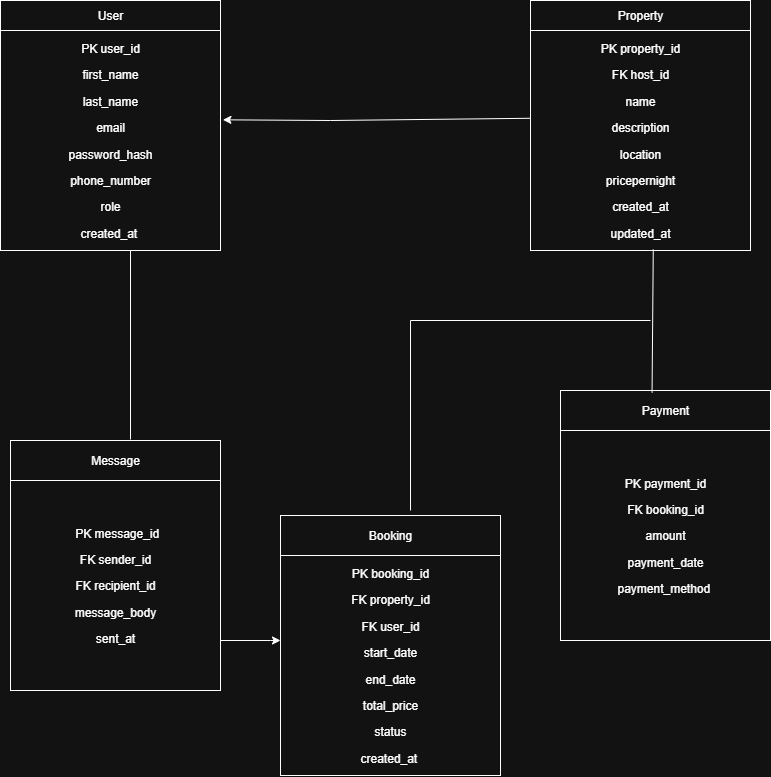
AudiaOlwa/alx-airbnb-database keeps this draw.io diagram as ERD/ER diagram.drawio.png. Above is the earlier version. Source tidied: cells renumbered, new cells last; positions are measured from the earlier drawing's top-left corner, leaving out a move shared by most shapes. Its diagram source:
```xml
<mxGraphModel>
  <root>
    <mxCell id="0" />
    <mxCell id="1" parent="0" />
    <mxCell id="2" value="User" style="rounded=0;whiteSpace=wrap;html=1;" parent="1" vertex="1">
      <mxGeometry width="220" height="30" as="geometry" />
    </mxCell>
    <mxCell id="3" value="&lt;p style=&quot;&quot;&gt;PK user_id&lt;/p&gt;&lt;p&gt;&lt;/p&gt;&lt;p style=&quot;&quot;&gt;first_name &lt;/p&gt;&lt;p&gt;&lt;/p&gt;&lt;p style=&quot;&quot;&gt;last_name &lt;/p&gt;&lt;p&gt;&lt;/p&gt;&lt;p style=&quot;&quot;&gt;email &lt;/p&gt;&lt;p&gt;&lt;/p&gt;&lt;p style=&quot;&quot;&gt;password_hash&lt;/p&gt;&lt;p&gt;&lt;/p&gt;&lt;p style=&quot;&quot;&gt;phone_number &lt;/p&gt;&lt;p&gt;&lt;/p&gt;&lt;p style=&quot;&quot;&gt;role &lt;/p&gt;&lt;p style=&quot;&quot;&gt;created_at&amp;nbsp;&lt;/p&gt;" style="whiteSpace=wrap;html=1;align=center;" parent="1" vertex="1">
      <mxGeometry y="30" width="220" height="220" as="geometry" />
    </mxCell>
    <mxCell id="4" value="Property" style="rounded=0;whiteSpace=wrap;html=1;" parent="1" vertex="1">
      <mxGeometry x="530" width="220" height="30" as="geometry" />
    </mxCell>
    <mxCell id="5" value="&lt;p&gt;PK property_id&lt;/p&gt;&lt;p&gt;&lt;span style=&quot;background-color: transparent; color: light-dark(rgb(0, 0, 0), rgb(255, 255, 255));&quot;&gt;FK host_id&lt;/span&gt;&lt;/p&gt;&lt;p&gt;&lt;/p&gt;&lt;p&gt;name &lt;/p&gt;&lt;p&gt;&lt;/p&gt;&lt;p&gt;description&lt;/p&gt;&lt;p&gt;&lt;/p&gt;&lt;p&gt;location &lt;/p&gt;&lt;p&gt;&lt;/p&gt;&lt;p&gt;pricepernight&lt;/p&gt;&lt;p&gt;&lt;/p&gt;&lt;p&gt;created_at &lt;/p&gt;&lt;p&gt;&lt;/p&gt;&lt;p&gt;updated_at&lt;/p&gt;" style="whiteSpace=wrap;html=1;" parent="1" vertex="1">
      <mxGeometry x="530" y="30" width="220" height="220" as="geometry" />
    </mxCell>
    <mxCell id="6" style="endArrow=classic;html=1;rounded=0;exitX=-0.002;exitY=0.399;exitDx=0;exitDy=0;exitPerimeter=0;entryX=1.011;entryY=0.406;entryDx=0;entryDy=0;entryPerimeter=0;" parent="1" edge="1" source="5" target="3">
      <mxGeometry relative="1" as="geometry">
        <Array as="points">
          <mxPoint x="330" y="120" />
        </Array>
      </mxGeometry>
    </mxCell>
    <mxCell id="7" value="&lt;p&gt;&amp;nbsp;PK message_id&lt;/p&gt;&lt;p&gt;&lt;/p&gt;&lt;p&gt;FK sender_id &lt;/p&gt;&lt;p&gt;&lt;/p&gt;&lt;p&gt;FK recipient_id&lt;/p&gt;&lt;p&gt;&lt;/p&gt;&lt;p&gt;message_body &lt;/p&gt;&lt;p&gt;&lt;/p&gt;&lt;p&gt;sent_at&lt;/p&gt;" style="whiteSpace=wrap;html=1;" parent="1" vertex="1">
      <mxGeometry x="10" y="480" width="210" height="210" as="geometry" />
    </mxCell>
    <mxCell id="8" value="Message" style="rounded=0;whiteSpace=wrap;html=1;" parent="1" vertex="1">
      <mxGeometry x="10" y="440" width="210" height="40" as="geometry" />
    </mxCell>
    <mxCell id="9" value="&lt;p&gt;PK payment_id &lt;/p&gt;&lt;p&gt;&lt;/p&gt;&lt;p&gt;FK booking_id &lt;/p&gt;&lt;p&gt;&lt;/p&gt;&lt;p&gt;amount &lt;/p&gt;&lt;p&gt;&lt;/p&gt;&lt;p&gt;payment_date &lt;/p&gt;&lt;p&gt;payment_method&amp;nbsp;&lt;/p&gt;" style="whiteSpace=wrap;html=1;" parent="1" vertex="1">
      <mxGeometry x="560" y="430" width="210" height="210" as="geometry" />
    </mxCell>
    <mxCell id="10" value="Payment" style="rounded=0;whiteSpace=wrap;html=1;" parent="1" vertex="1">
      <mxGeometry x="560" y="390" width="210" height="40" as="geometry" />
    </mxCell>
    <mxCell id="11" value="&lt;p&gt;PK booking_id &lt;/p&gt;&lt;p&gt;&lt;/p&gt;&lt;p&gt;FK property_id &lt;/p&gt;&lt;p&gt;&lt;/p&gt;&lt;p&gt;FK user_id &lt;/p&gt;&lt;p&gt;&lt;/p&gt;&lt;p&gt;start_date &lt;/p&gt;&lt;p&gt;&lt;/p&gt;&lt;p&gt;end_date &lt;/p&gt;&lt;p&gt;&lt;/p&gt;&lt;p&gt;total_price &lt;/p&gt;&lt;p&gt;&lt;/p&gt;&lt;p&gt;status &lt;/p&gt;&lt;p&gt;&lt;/p&gt;&lt;p&gt;created_at&amp;nbsp;&lt;/p&gt;" style="whiteSpace=wrap;html=1;" parent="1" vertex="1">
      <mxGeometry x="280" y="555" width="220" height="220" as="geometry" />
    </mxCell>
    <mxCell id="12" value="Booking" style="rounded=0;whiteSpace=wrap;html=1;" parent="1" vertex="1">
      <mxGeometry x="280" y="515" width="220" height="40" as="geometry" />
    </mxCell>
    <mxCell id="13" style="endArrow=classic;html=1;rounded=0;" parent="1" edge="1">
      <mxGeometry relative="1" as="geometry">
        <mxPoint x="220" y="640" as="sourcePoint" />
        <mxPoint x="280" y="640" as="targetPoint" />
        <Array as="points">
          <mxPoint x="270" y="640" />
        </Array>
      </mxGeometry>
    </mxCell>
    <mxCell id="14" style="endArrow=none;html=1;rounded=0;entryX=0.558;entryY=0.995;entryDx=0;entryDy=0;entryPerimeter=0;exitX=0.446;exitY=0.055;exitDx=0;exitDy=0;exitPerimeter=0;" parent="1" edge="1" target="5">
      <mxGeometry relative="1" as="geometry">
        <mxPoint x="651.6" y="392.2" as="sourcePoint" />
      </mxGeometry>
    </mxCell>
    <mxCell id="15" style="endArrow=none;html=1;rounded=0;" parent="1" edge="1">
      <mxGeometry relative="1" as="geometry">
        <mxPoint x="410" y="320" as="sourcePoint" />
        <mxPoint x="650" y="320" as="targetPoint" />
      </mxGeometry>
    </mxCell>
    <mxCell id="16" style="endArrow=none;html=1;rounded=0;" parent="1" edge="1">
      <mxGeometry relative="1" as="geometry">
        <mxPoint x="410" y="510" as="sourcePoint" />
        <mxPoint x="410" y="320" as="targetPoint" />
      </mxGeometry>
    </mxCell>
    <mxCell id="17" style="endArrow=none;html=1;rounded=0;" parent="1" edge="1">
      <mxGeometry relative="1" as="geometry">
        <mxPoint x="130" y="439" as="sourcePoint" />
        <mxPoint x="130" y="250" as="targetPoint" />
      </mxGeometry>
    </mxCell>
  </root>
</mxGraphModel>
```
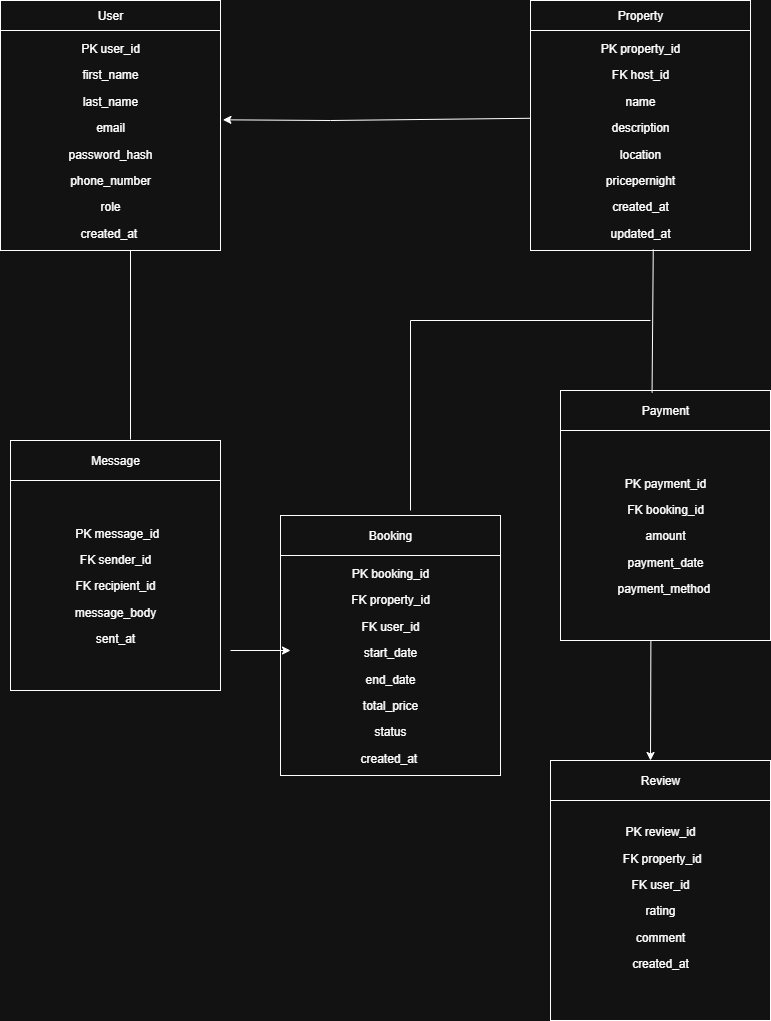
Above is the later version.

The edit, as a diff of the source:
```diff
@@ -41,11 +41,8 @@
     </mxCell>
     <mxCell id="13" style="endArrow=classic;html=1;rounded=0;" parent="1" edge="1">
       <mxGeometry relative="1" as="geometry">
-        <mxPoint x="220" y="640" as="sourcePoint" />
-        <mxPoint x="280" y="640" as="targetPoint" />
-        <Array as="points">
-          <mxPoint x="270" y="640" />
-        </Array>
+        <mxPoint x="650.4" y="640" as="sourcePoint" />
+        <mxPoint x="650" y="760" as="targetPoint" />
       </mxGeometry>
     </mxCell>
     <mxCell id="14" style="endArrow=none;html=1;rounded=0;entryX=0.558;entryY=0.995;entryDx=0;entryDy=0;entryPerimeter=0;exitX=0.446;exitY=0.055;exitDx=0;exitDy=0;exitPerimeter=0;" parent="1" edge="1" target="5">
@@ -71,5 +68,20 @@
         <mxPoint x="130" y="250" as="targetPoint" />
       </mxGeometry>
     </mxCell>
+    <mxCell id="18" value="Review" style="rounded=0;whiteSpace=wrap;html=1;" parent="1" vertex="1">
+      <mxGeometry x="550" y="760" width="220" height="40" as="geometry" />
+    </mxCell>
+    <mxCell id="19" value="&lt;p&gt;PK review_id&lt;/p&gt;&lt;p&gt;&lt;span style=&quot;background-color: transparent; color: light-dark(rgb(0, 0, 0), rgb(255, 255, 255));&quot;&gt;&amp;nbsp; &amp;nbsp; &amp;nbsp; &amp;nbsp; &amp;nbsp; &amp;nbsp; &amp;nbsp; &amp;nbsp; &amp;nbsp; &amp;nbsp;FK property_id&lt;/span&gt;&amp;nbsp; &amp;nbsp; &amp;nbsp; &amp;nbsp; &amp;nbsp; &amp;nbsp; &amp;nbsp; &amp;nbsp; &amp;nbsp;&amp;nbsp;&lt;/p&gt;&lt;p&gt;FK user_id&lt;/p&gt;&lt;p&gt;rating&lt;/p&gt;&lt;p&gt;comment&lt;/p&gt;&lt;p&gt;created_at&lt;/p&gt;&lt;p&gt;&lt;br&gt;&lt;/p&gt;" style="whiteSpace=wrap;html=1;" parent="1" vertex="1">
+      <mxGeometry x="550" y="800" width="220" height="220" as="geometry" />
+    </mxCell>
+    <mxCell id="20" style="endArrow=classic;html=1;rounded=0;" parent="1" edge="1">
+      <mxGeometry relative="1" as="geometry">
+        <mxPoint x="230" y="650" as="sourcePoint" />
+        <mxPoint x="290" y="650" as="targetPoint" />
+        <Array as="points">
+          <mxPoint x="280" y="650" />
+        </Array>
+      </mxGeometry>
+    </mxCell>
   </root>
 </mxGraphModel>
```
